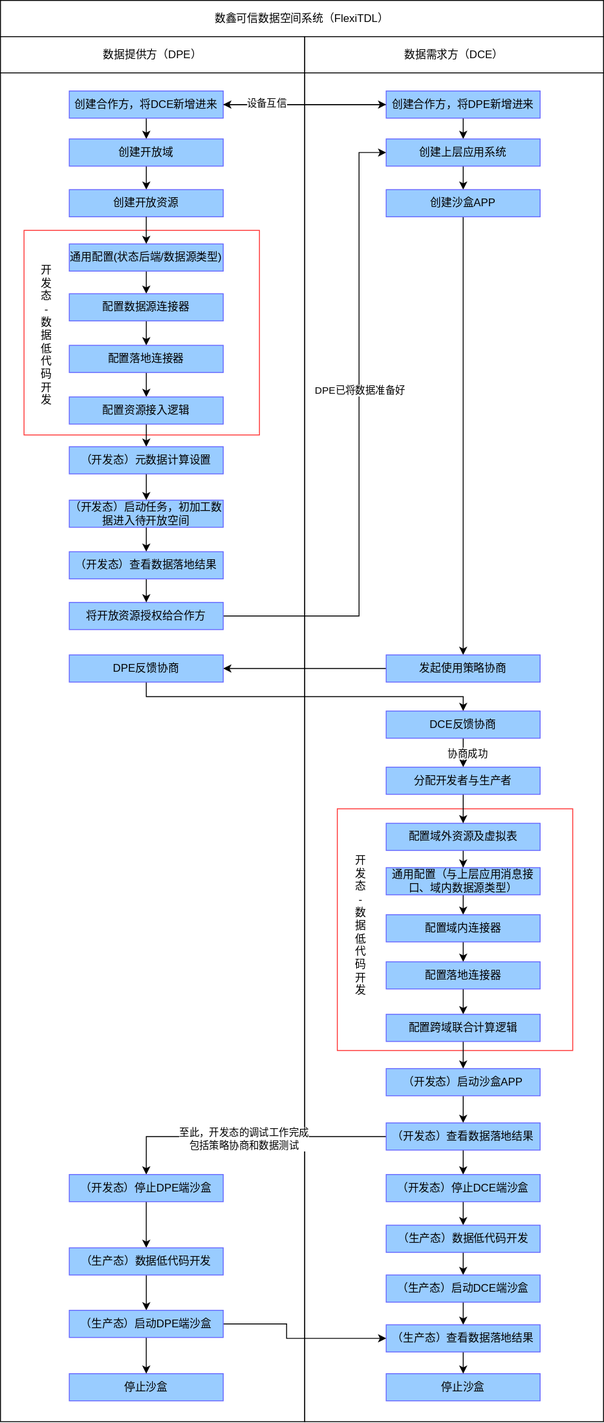
Before: 数鑫流程-第 2 页.drawio.svg, a diagram exported from draw.io (MiracleEgo/pmp). Source tidied: cells renumbered, new cells last; positions are measured from the earlier drawing's top-left corner, leaving out a move shared by most shapes.
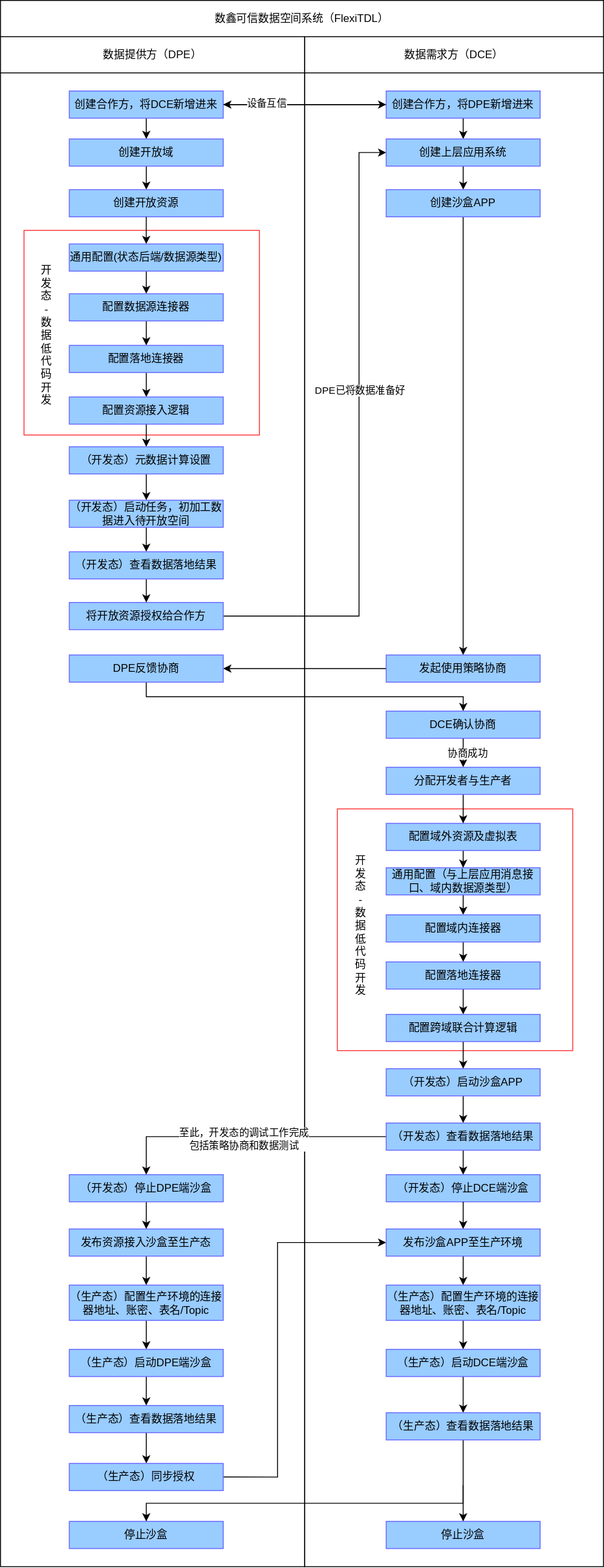
Above is the later version.

Commit message:
已添加 数鑫流程-第 2 页.drawio.svg

What changed in the source:
```diff
@@ -12,10 +12,10 @@
       <mxGeometry x="336" y="40" width="330" height="40" as="geometry" />
     </mxCell>
     <mxCell id="5" style="rounded=0;whiteSpace=wrap;html=1;" parent="1" vertex="1">
-      <mxGeometry y="80" width="336" height="1490" as="geometry" />
+      <mxGeometry y="80" width="336" height="1650" as="geometry" />
     </mxCell>
     <mxCell id="6" style="rounded=0;whiteSpace=wrap;html=1;" parent="1" vertex="1">
-      <mxGeometry x="336" y="80" width="330" height="1490" as="geometry" />
+      <mxGeometry x="336" y="80" width="330" height="1650" as="geometry" />
     </mxCell>
     <mxCell id="7" style="edgeStyle=orthogonalEdgeStyle;rounded=0;jettySize=auto;html=1;exitX=0.5;exitY=1;exitDx=0;exitDy=0;strokeColor=#000000;" parent="1" edge="1" source="9" target="15">
       <mxGeometry relative="1" as="geometry" />
@@ -82,14 +82,14 @@
     <mxCell id="26" value="协商成功" style="edgeLabel;html=1;align=center;verticalAlign=middle;fillColor=#99CCFF;strokeColor=#000000;" parent="25" vertex="1">
       <mxGeometry x="0.38" y="4" relative="1" as="geometry" />
     </mxCell>
-    <mxCell id="27" value="DCE反馈协商" style="rounded=0;whiteSpace=wrap;html=1;fillColor=#99CCFF;strokeColor=#6666FF;" parent="1" vertex="1">
+    <mxCell id="27" value="DCE确认协商" style="rounded=0;whiteSpace=wrap;html=1;fillColor=#99CCFF;strokeColor=#6666FF;" parent="1" vertex="1">
       <mxGeometry x="426" y="785" width="170" height="30" as="geometry" />
     </mxCell>
     <mxCell id="28" value="停止沙盒" style="rounded=0;whiteSpace=wrap;html=1;fillColor=#99CCFF;strokeColor=#6666FF;" parent="1" vertex="1">
-      <mxGeometry x="76" y="1517" width="170" height="30" as="geometry" />
+      <mxGeometry x="76" y="1680" width="170" height="30" as="geometry" />
     </mxCell>
     <mxCell id="29" value="停止沙盒" style="rounded=0;whiteSpace=wrap;html=1;fillColor=#99CCFF;strokeColor=#6666FF;" parent="1" vertex="1">
-      <mxGeometry x="426" y="1517" width="170" height="30" as="geometry" />
+      <mxGeometry x="426" y="1680" width="170" height="30" as="geometry" />
     </mxCell>
     <mxCell id="30" style="edgeStyle=orthogonalEdgeStyle;rounded=0;jettySize=auto;html=1;entryX=0.5;entryY=0;entryDx=0;entryDy=0;fillColor=#99CCFF;strokeColor=#000000;" parent="1" edge="1" source="31" target="70">
       <mxGeometry relative="1" as="geometry" />
@@ -132,31 +132,37 @@
     <mxCell id="41" value="（开发态）查看数据落地结果" style="rounded=0;whiteSpace=wrap;html=1;fillColor=#99CCFF;strokeColor=#6666FF;" parent="1" vertex="1">
       <mxGeometry x="426" y="1240" width="170" height="30" as="geometry" />
     </mxCell>
-    <mxCell id="42" style="edgeStyle=orthogonalEdgeStyle;rounded=0;jettySize=auto;html=1;entryX=0.5;entryY=0;entryDx=0;entryDy=0;fillColor=#99CCFF;strokeColor=#000000;" parent="1" edge="1" source="43" target="45">
+    <mxCell id="42" style="edgeStyle=orthogonalEdgeStyle;rounded=0;jettySize=auto;html=1;entryX=0.5;entryY=0;entryDx=0;entryDy=0;fillColor=#99CCFF;strokeColor=#000000;" parent="1" edge="1" source="93" target="94">
       <mxGeometry relative="1" as="geometry" />
     </mxCell>
     <mxCell id="43" value="（开发态）停止DCE端沙盒" style="rounded=0;whiteSpace=wrap;html=1;fillColor=#99CCFF;strokeColor=#6666FF;" parent="1" vertex="1">
       <mxGeometry x="426" y="1297" width="170" height="30" as="geometry" />
     </mxCell>
-    <mxCell id="44" style="edgeStyle=orthogonalEdgeStyle;rounded=0;jettySize=auto;html=1;entryX=0.5;entryY=0;entryDx=0;entryDy=0;fillColor=#99CCFF;strokeColor=#000000;" parent="1" edge="1" source="45" target="47">
+    <mxCell id="44" style="edgeStyle=orthogonalEdgeStyle;rounded=0;jettySize=auto;html=1;entryX=0.5;entryY=0;entryDx=0;entryDy=0;fillColor=#99CCFF;strokeColor=#000000;exitX=0.5;exitY=1;exitDx=0;exitDy=0;" parent="1" edge="1" source="94" target="47">
       <mxGeometry relative="1" as="geometry" />
     </mxCell>
-    <mxCell id="45" value="（生产态）数据低代码开发" style="rounded=0;whiteSpace=wrap;html=1;fillColor=#99CCFF;strokeColor=#6666FF;" parent="1" vertex="1">
-      <mxGeometry x="426" y="1353" width="170" height="30" as="geometry" />
-    </mxCell>
     <mxCell id="46" style="edgeStyle=orthogonalEdgeStyle;rounded=0;jettySize=auto;html=1;fillColor=#99CCFF;strokeColor=#000000;" parent="1" edge="1" source="47" target="49">
       <mxGeometry relative="1" as="geometry" />
     </mxCell>
     <mxCell id="47" value="（生产态）启动DCE端沙盒" style="rounded=0;whiteSpace=wrap;html=1;fillColor=#99CCFF;strokeColor=#6666FF;" parent="1" vertex="1">
-      <mxGeometry x="426" y="1408" width="170" height="30" as="geometry" />
+      <mxGeometry x="426" y="1490" width="170" height="30" as="geometry" />
     </mxCell>
     <mxCell id="48" style="edgeStyle=orthogonalEdgeStyle;rounded=0;jettySize=auto;html=1;fillColor=#99CCFF;strokeColor=#000000;" parent="1" edge="1" source="49" target="29">
       <mxGeometry relative="1" as="geometry" />
     </mxCell>
+    <mxCell id="85" style="edgeStyle=orthogonalEdgeStyle;rounded=0;jettySize=auto;html=1;entryX=0.5;entryY=0;entryDx=0;entryDy=0;" parent="1" edge="1" target="28">
+      <mxGeometry relative="1" as="geometry">
+        <mxPoint x="511" y="1640" as="sourcePoint" />
+        <Array as="points">
+          <mxPoint x="511" y="1660" />
+          <mxPoint x="161" y="1660" />
+        </Array>
+      </mxGeometry>
+    </mxCell>
     <mxCell id="49" value="（生产态）查看数据落地结果" style="rounded=0;whiteSpace=wrap;html=1;fillColor=#99CCFF;strokeColor=#6666FF;" parent="1" vertex="1">
-      <mxGeometry x="426" y="1463" width="170" height="30" as="geometry" />
+      <mxGeometry x="426" y="1560" width="170" height="30" as="geometry" />
     </mxCell>
-    <mxCell id="50" style="edgeStyle=orthogonalEdgeStyle;rounded=0;jettySize=auto;html=1;fillColor=#99CCFF;strokeColor=#000000;" parent="1" edge="1" source="51" target="53">
+    <mxCell id="50" style="edgeStyle=orthogonalEdgeStyle;rounded=0;jettySize=auto;html=1;fillColor=#99CCFF;strokeColor=#000000;entryX=0.5;entryY=0;entryDx=0;entryDy=0;" parent="1" edge="1" source="51" target="87">
       <mxGeometry relative="1" as="geometry" />
     </mxCell>
     <mxCell id="51" value="（开发态）停止DPE端沙盒" style="rounded=0;whiteSpace=wrap;html=1;fillColor=#99CCFF;strokeColor=#6666FF;" parent="1" vertex="1">
@@ -165,22 +171,14 @@
     <mxCell id="52" style="edgeStyle=orthogonalEdgeStyle;rounded=0;jettySize=auto;html=1;fillColor=#99CCFF;strokeColor=#000000;" parent="1" edge="1" source="53" target="56">
       <mxGeometry relative="1" as="geometry" />
     </mxCell>
-    <mxCell id="53" value="（生产态）数据低代码开发" style="rounded=0;whiteSpace=wrap;html=1;fillColor=#99CCFF;strokeColor=#6666FF;" parent="1" vertex="1">
-      <mxGeometry x="76" y="1378" width="170" height="30" as="geometry" />
+    <mxCell id="53" value="（生产态）配置生产环境的连接器地址、账密、表名/Topic" style="rounded=0;whiteSpace=wrap;html=1;fillColor=#99CCFF;strokeColor=#6666FF;" parent="1" vertex="1">
+      <mxGeometry x="76" y="1419" width="170" height="39" as="geometry" />
     </mxCell>
-    <mxCell id="54" style="edgeStyle=orthogonalEdgeStyle;rounded=0;jettySize=auto;html=1;fillColor=#99CCFF;strokeColor=#000000;" parent="1" edge="1" source="56" target="28">
+    <mxCell id="54" style="edgeStyle=orthogonalEdgeStyle;rounded=0;jettySize=auto;html=1;fillColor=#99CCFF;strokeColor=#000000;entryX=0.5;entryY=0;entryDx=0;entryDy=0;" parent="1" edge="1" source="56" target="89">
       <mxGeometry relative="1" as="geometry" />
     </mxCell>
-    <mxCell id="55" style="edgeStyle=orthogonalEdgeStyle;rounded=0;jettySize=auto;html=1;entryX=0;entryY=0.5;entryDx=0;entryDy=0;fillColor=#99CCFF;strokeColor=#000000;" parent="1" edge="1" source="56" target="49">
-      <mxGeometry relative="1" as="geometry">
-        <Array as="points">
-          <mxPoint x="316" y="1462" />
-          <mxPoint x="316" y="1478" />
-        </Array>
-      </mxGeometry>
-    </mxCell>
     <mxCell id="56" value="（生产态）启动DPE端沙盒" style="rounded=0;whiteSpace=wrap;html=1;fillColor=#99CCFF;strokeColor=#6666FF;" parent="1" vertex="1">
-      <mxGeometry x="76" y="1447" width="170" height="30" as="geometry" />
+      <mxGeometry x="76" y="1490" width="170" height="30" as="geometry" />
     </mxCell>
     <mxCell id="57" style="edgeStyle=orthogonalEdgeStyle;rounded=0;jettySize=auto;html=1;entryX=0.5;entryY=0;entryDx=0;entryDy=0;fillColor=#99CCFF;strokeColor=#000000;" parent="1" edge="1" source="58" target="60">
       <mxGeometry relative="1" as="geometry" />
@@ -269,5 +267,37 @@
     <mxCell id="84" value="配置跨域联合计算逻辑" style="rounded=0;whiteSpace=wrap;html=1;fillColor=#99CCFF;strokeColor=#6666FF;" parent="1" vertex="1">
       <mxGeometry x="426" y="1120" width="170" height="30" as="geometry" />
     </mxCell>
+    <mxCell id="86" style="edgeStyle=orthogonalEdgeStyle;rounded=0;jettySize=auto;html=1;entryX=0.5;entryY=0;entryDx=0;entryDy=0;" parent="1" edge="1" source="87" target="53">
+      <mxGeometry relative="1" as="geometry" />
+    </mxCell>
+    <mxCell id="87" value="发布资源接入沙盒至生产态" style="rounded=0;whiteSpace=wrap;html=1;fillColor=#99CCFF;strokeColor=#6666FF;" parent="1" vertex="1">
+      <mxGeometry x="76" y="1357" width="170" height="30" as="geometry" />
+    </mxCell>
+    <mxCell id="88" style="edgeStyle=orthogonalEdgeStyle;rounded=0;jettySize=auto;html=1;" parent="1" edge="1" source="89" target="91">
+      <mxGeometry relative="1" as="geometry" />
+    </mxCell>
+    <mxCell id="89" value="（生产态）查看数据落地结果" style="rounded=0;whiteSpace=wrap;html=1;fillColor=#99CCFF;strokeColor=#6666FF;" parent="1" vertex="1">
+      <mxGeometry x="76" y="1552" width="170" height="30" as="geometry" />
+    </mxCell>
+    <mxCell id="90" style="edgeStyle=orthogonalEdgeStyle;rounded=0;jettySize=auto;html=1;entryX=0;entryY=0.5;entryDx=0;entryDy=0;exitX=1;exitY=0.5;exitDx=0;exitDy=0;" parent="1" edge="1" source="91" target="93">
+      <mxGeometry relative="1" as="geometry">
+        <Array as="points">
+          <mxPoint x="306" y="1631" />
+          <mxPoint x="306" y="1372" />
+        </Array>
+      </mxGeometry>
+    </mxCell>
+    <mxCell id="91" value="（生产态）同步授权" style="rounded=0;whiteSpace=wrap;html=1;fillColor=#99CCFF;strokeColor=#6666FF;" parent="1" vertex="1">
+      <mxGeometry x="76" y="1616" width="170" height="30" as="geometry" />
+    </mxCell>
+    <mxCell id="92" style="edgeStyle=orthogonalEdgeStyle;rounded=0;jettySize=auto;html=1;entryX=0.5;entryY=0;entryDx=0;entryDy=0;fillColor=#99CCFF;strokeColor=#000000;" parent="1" edge="1" source="43" target="93">
+      <mxGeometry relative="1" as="geometry" />
+    </mxCell>
+    <mxCell id="93" value="发布沙盒APP至生产环境" style="rounded=0;whiteSpace=wrap;html=1;fillColor=#99CCFF;strokeColor=#6666FF;" parent="1" vertex="1">
+      <mxGeometry x="426" y="1357" width="170" height="30" as="geometry" />
+    </mxCell>
+    <mxCell id="94" value="（生产态）配置生产环境的连接器地址、账密、表名/Topic" style="rounded=0;whiteSpace=wrap;html=1;fillColor=#99CCFF;strokeColor=#6666FF;" parent="1" vertex="1">
+      <mxGeometry x="426" y="1419" width="170" height="39" as="geometry" />
+    </mxCell>
   </root>
 </mxGraphModel>
```
